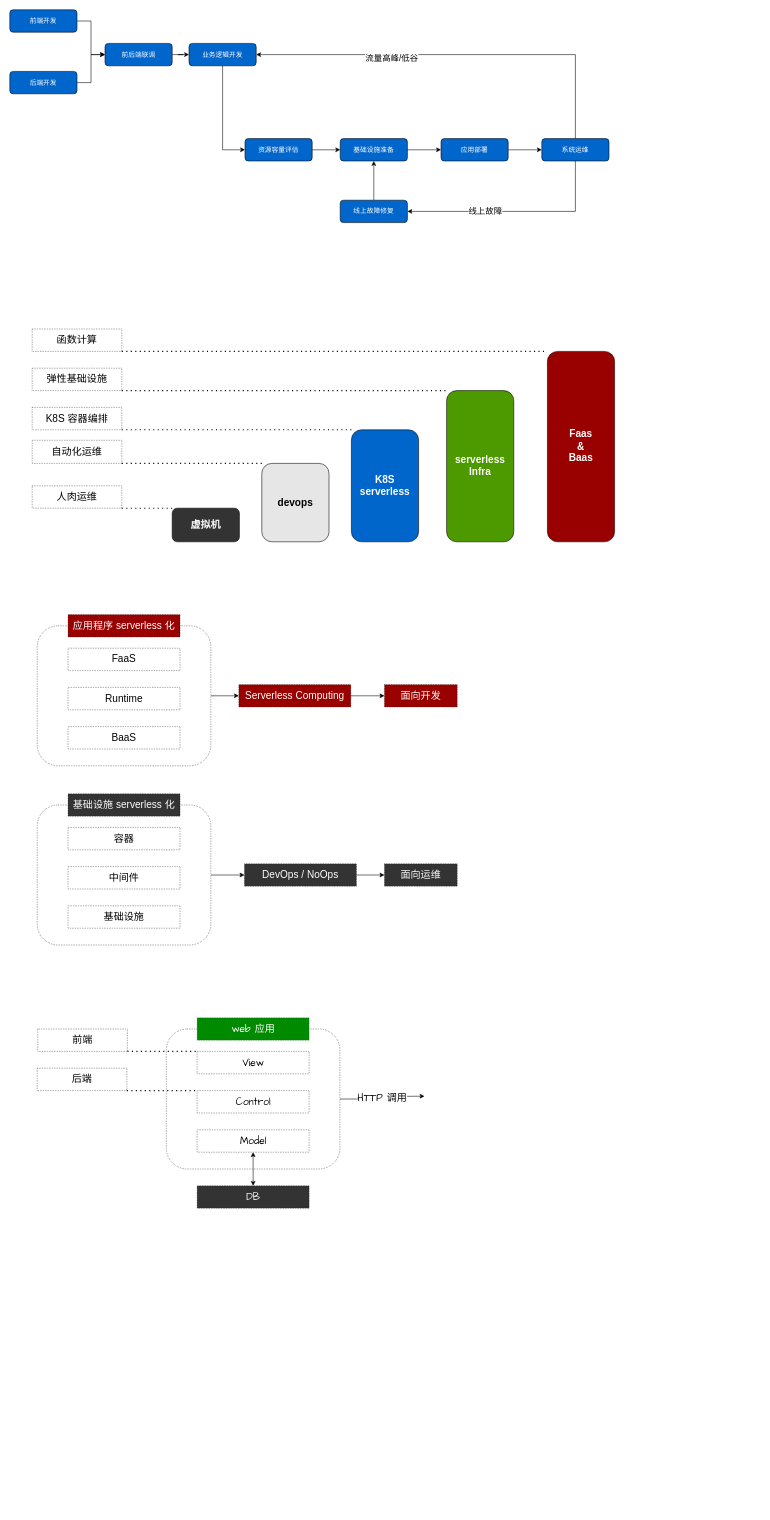
ming3000/draw_io keeps this draw.io diagram as faas.drawio. Above is the earlier version. Source tidied: cells renumbered, new cells numbered last; positions are measured from the earlier drawing's top-left corner, leaving out a move shared by most shapes. Both pictures are drawn from the tidied source at 56%, with x=0, y=0 at pixel (10, 10).
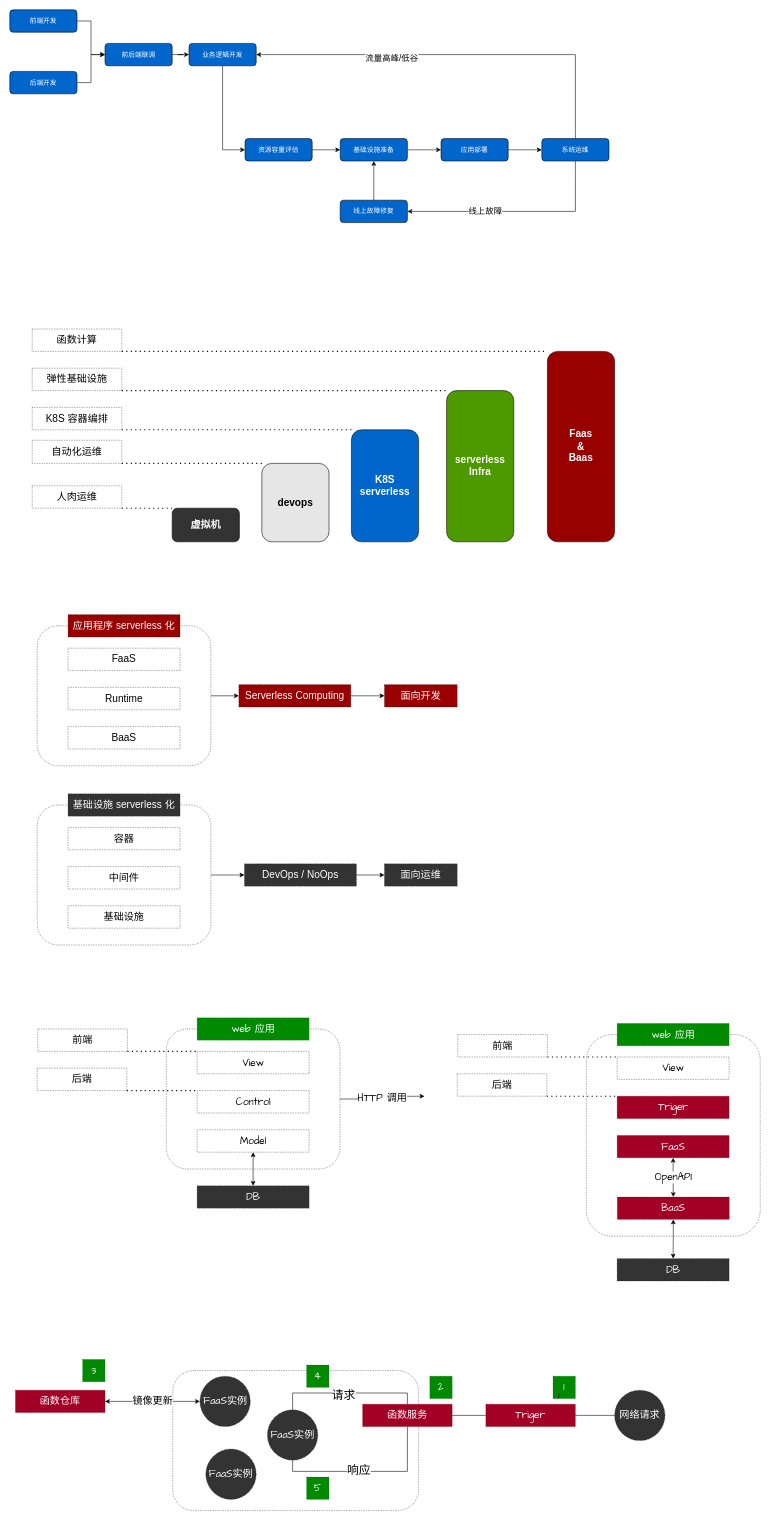
After the change.

The edit, as a diff of the source:
```diff
@@
+    <mxCell id="68" style="rounded=1;whiteSpace=wrap;html=1;dashed=1;dashPattern=1 2;fontSize=18;fontColor=#000000;fillColor=#FFFFFF;fontFamily=Comic Sans MS;" parent="1" vertex="1">
+      <mxGeometry x="1029.5" y="1830" width="310.5" height="360" as="geometry" />
+    </mxCell>
+    <mxCell id="69" value="View" style="rounded=0;whiteSpace=wrap;html=1;dashed=1;dashPattern=1 2;fontSize=18;fontColor=#000000;fillColor=#FFFFFF;fontFamily=Comic Sans MS;" parent="1" vertex="1">
+      <mxGeometry x="1084.5" y="1870" width="200" height="40" as="geometry" />
+    </mxCell>
+    <mxCell id="70" value="Triger" style="rounded=0;whiteSpace=wrap;html=1;dashed=1;dashPattern=1 2;fontSize=18;fontColor=#ffffff;fillColor=#a20025;fontFamily=Comic Sans MS;strokeColor=#6F0000;" parent="1" vertex="1">
+      <mxGeometry x="1084.5" y="1940" width="200" height="40" as="geometry" />
+    </mxCell>
+    <mxCell id="71" style="edgeStyle=orthogonalEdgeStyle;rounded=0;jettySize=auto;html=1;fontSize=18;fontColor=#FFFFFF;startArrow=classic;startFill=1;fontFamily=Comic Sans MS;exitX=0.5;exitY=1;exitDx=0;exitDy=0;" parent="1" edge="1" source="81" target="73">
+      <mxGeometry relative="1" as="geometry" />
+    </mxCell>
+    <mxCell id="72" value="web 应用" style="rounded=0;whiteSpace=wrap;html=1;dashed=1;dashPattern=1 2;fontSize=18;fontColor=#ffffff;fillColor=#008a00;strokeColor=#005700;fontFamily=Comic Sans MS;" parent="1" vertex="1">
+      <mxGeometry x="1084.5" y="1810" width="200" height="40" as="geometry" />
+    </mxCell>
+    <mxCell id="73" value="DB" style="rounded=0;whiteSpace=wrap;html=1;dashed=1;dashPattern=1 2;fontSize=18;fontColor=#FFFFFF;fillColor=#333333;fontFamily=Comic Sans MS;" parent="1" vertex="1">
+      <mxGeometry x="1084.5" y="2230" width="200" height="40" as="geometry" />
+    </mxCell>
+    <mxCell id="74" value="前端" style="rounded=0;whiteSpace=wrap;html=1;fontSize=18;fontColor=#000000;fillColor=#FFFFFF;dashed=1;dashPattern=1 2;fontFamily=Comic Sans MS;" parent="1" vertex="1">
+      <mxGeometry x="800" y="1830" width="160" height="40" as="geometry" />
+    </mxCell>
+    <mxCell id="75" style="endArrow=none;dashed=1;html=1;dashPattern=1 3;strokeWidth=2;rounded=0;fontSize=18;fontColor=#000000;exitX=1;exitY=1;exitDx=0;exitDy=0;entryX=0;entryY=0;entryDx=0;entryDy=0;" parent="1" edge="1" source="74">
+      <mxGeometry relative="1" as="geometry">
+        <mxPoint x="1084.5" y="1870" as="targetPoint" />
+      </mxGeometry>
+    </mxCell>
+    <mxCell id="76" value="后端" style="rounded=0;whiteSpace=wrap;html=1;fontSize=18;fontColor=#000000;fillColor=#FFFFFF;dashed=1;dashPattern=1 2;fontFamily=Comic Sans MS;" parent="1" vertex="1">
+      <mxGeometry x="799" y="1900" width="160" height="40" as="geometry" />
+    </mxCell>
+    <mxCell id="77" style="endArrow=none;dashed=1;html=1;dashPattern=1 3;strokeWidth=2;rounded=0;fontSize=18;fontColor=#000000;exitX=1;exitY=1;exitDx=0;exitDy=0;entryX=0;entryY=0;entryDx=0;entryDy=0;" parent="1" edge="1" source="76">
+      <mxGeometry relative="1" as="geometry">
+        <mxPoint x="1084.5" y="1940" as="targetPoint" />
+      </mxGeometry>
+    </mxCell>
+    <mxCell id="78" style="edgeStyle=orthogonalEdgeStyle;rounded=0;jettySize=auto;html=1;fontFamily=Comic Sans MS;fontSize=18;fontColor=#000000;startArrow=classic;startFill=1;" parent="1" edge="1" source="80" target="81">
+      <mxGeometry relative="1" as="geometry" />
+    </mxCell>
+    <mxCell id="79" value="OpenAPI" style="edgeLabel;html=1;align=center;verticalAlign=middle;fontSize=18;fontFamily=Comic Sans MS;fontColor=#000000;" parent="78" vertex="1">
+      <mxGeometry x="-0.07" relative="1" as="geometry">
+        <mxPoint y="1" as="offset" />
+      </mxGeometry>
+    </mxCell>
+    <mxCell id="80" value="FaaS" style="rounded=0;whiteSpace=wrap;html=1;dashed=1;dashPattern=1 2;fontSize=18;fontColor=#ffffff;fillColor=#a20025;fontFamily=Comic Sans MS;strokeColor=#6F0000;" parent="1" vertex="1">
+      <mxGeometry x="1084.5" y="2010" width="200" height="40" as="geometry" />
+    </mxCell>
+    <mxCell id="81" value="BaaS" style="rounded=0;whiteSpace=wrap;html=1;dashed=1;dashPattern=1 2;fontSize=18;fontColor=#ffffff;fillColor=#a20025;fontFamily=Comic Sans MS;strokeColor=#6F0000;" parent="1" vertex="1">
+      <mxGeometry x="1084.8" y="2120" width="200" height="40" as="geometry" />
+    </mxCell>
+    <mxCell id="82" style="rounded=1;whiteSpace=wrap;html=1;dashed=1;dashPattern=1 2;fontSize=18;fontColor=#000000;fillColor=#FFFFFF;fontFamily=Comic Sans MS;" parent="1" vertex="1">
+      <mxGeometry x="291" y="2430" width="439" height="250" as="geometry" />
+    </mxCell>
+    <mxCell id="83" value="镜像更新" style="edgeStyle=orthogonalEdgeStyle;rounded=0;jettySize=auto;html=1;fontFamily=Comic Sans MS;fontSize=18;fontColor=#000000;startArrow=classic;startFill=1;exitX=1;exitY=0.5;exitDx=0;exitDy=0;" parent="1" edge="1" source="84" target="88">
+      <mxGeometry relative="1" as="geometry" />
+    </mxCell>
+    <mxCell id="84" value="函数仓库" style="rounded=0;whiteSpace=wrap;html=1;dashed=1;dashPattern=1 2;fontSize=18;fontColor=#ffffff;fillColor=#a20025;fontFamily=Comic Sans MS;strokeColor=#6F0000;" parent="1" vertex="1">
+      <mxGeometry x="10" y="2465" width="160" height="40" as="geometry" />
+    </mxCell>
+    <mxCell id="85" style="edgeStyle=orthogonalEdgeStyle;rounded=0;jettySize=auto;html=1;exitX=0.5;exitY=1;exitDx=0;exitDy=0;entryX=0.5;entryY=1;entryDx=0;entryDy=0;fontFamily=Comic Sans MS;fontSize=21;fontColor=#000000;startArrow=none;startFill=0;endArrow=none;endFill=0;" parent="1" edge="1" source="87" target="92">
+      <mxGeometry relative="1" as="geometry" />
+    </mxCell>
+    <mxCell id="86" value="响应" style="edgeLabel;html=1;align=center;verticalAlign=middle;fontSize=21;fontFamily=Comic Sans MS;fontColor=#000000;" parent="85" vertex="1">
+      <mxGeometry x="-0.11" y="3" relative="1" as="geometry">
+        <mxPoint x="1" as="offset" />
+      </mxGeometry>
+    </mxCell>
+    <mxCell id="87" value="FaaS实例" style="ellipse;whiteSpace=wrap;html=1;dashed=1;dashPattern=1 2;fontFamily=Comic Sans MS;fontSize=18;fontColor=#FFFFFF;fillColor=#333333;" parent="1" vertex="1">
+      <mxGeometry x="460" y="2500" width="90" height="90" as="geometry" />
+    </mxCell>
+    <mxCell id="88" value="FaaS实例" style="ellipse;whiteSpace=wrap;html=1;dashed=1;dashPattern=1 2;fontFamily=Comic Sans MS;fontSize=18;fontColor=#FFFFFF;fillColor=#333333;" parent="1" vertex="1">
+      <mxGeometry x="339.5" y="2440" width="90" height="90" as="geometry" />
+    </mxCell>
+    <mxCell id="89" value="FaaS实例" style="ellipse;whiteSpace=wrap;html=1;dashed=1;dashPattern=1 2;fontFamily=Comic Sans MS;fontSize=18;fontColor=#FFFFFF;fillColor=#333333;" parent="1" vertex="1">
+      <mxGeometry x="350" y="2570" width="90" height="90" as="geometry" />
+    </mxCell>
+    <mxCell id="90" style="edgeStyle=orthogonalEdgeStyle;rounded=0;jettySize=auto;html=1;exitX=0.5;exitY=0;exitDx=0;exitDy=0;entryX=0.5;entryY=0;entryDx=0;entryDy=0;fontFamily=Comic Sans MS;fontSize=18;fontColor=#000000;startArrow=none;startFill=0;endArrow=none;endFill=0;" parent="1" edge="1" source="92" target="87">
+      <mxGeometry relative="1" as="geometry" />
+    </mxCell>
+    <mxCell id="91" value="请求" style="edgeLabel;html=1;align=center;verticalAlign=middle;fontSize=21;fontFamily=Comic Sans MS;fontColor=#000000;" parent="90" vertex="1">
+      <mxGeometry x="0.06" y="4" relative="1" as="geometry" />
+    </mxCell>
+    <mxCell id="92" value="函数服务" style="rounded=0;whiteSpace=wrap;html=1;dashed=1;dashPattern=1 2;fontSize=18;fontColor=#ffffff;fillColor=#a20025;fontFamily=Comic Sans MS;strokeColor=#6F0000;" parent="1" vertex="1">
+      <mxGeometry x="630" y="2490" width="160" height="40" as="geometry" />
+    </mxCell>
+    <mxCell id="93" style="edgeStyle=orthogonalEdgeStyle;rounded=0;jettySize=auto;html=1;exitX=0;exitY=0.5;exitDx=0;exitDy=0;entryX=1;entryY=0.5;entryDx=0;entryDy=0;fontFamily=Comic Sans MS;fontSize=21;fontColor=#000000;startArrow=none;startFill=0;endArrow=none;endFill=0;" parent="1" edge="1" source="94" target="92">
+      <mxGeometry relative="1" as="geometry" />
+    </mxCell>
+    <mxCell id="94" value="Triger" style="rounded=0;whiteSpace=wrap;html=1;dashed=1;dashPattern=1 2;fontSize=18;fontColor=#ffffff;fillColor=#a20025;fontFamily=Comic Sans MS;strokeColor=#6F0000;" parent="1" vertex="1">
+      <mxGeometry x="850" y="2490" width="160" height="40" as="geometry" />
+    </mxCell>
+    <mxCell id="95" style="edgeStyle=orthogonalEdgeStyle;rounded=0;jettySize=auto;html=1;exitX=0;exitY=0.5;exitDx=0;exitDy=0;entryX=1;entryY=0.5;entryDx=0;entryDy=0;fontFamily=Comic Sans MS;fontSize=21;fontColor=#000000;startArrow=none;startFill=0;endArrow=none;endFill=0;" parent="1" edge="1" source="96" target="94">
+      <mxGeometry relative="1" as="geometry" />
+    </mxCell>
+    <mxCell id="96" value="网络请求" style="ellipse;whiteSpace=wrap;html=1;dashed=1;dashPattern=1 2;fontFamily=Comic Sans MS;fontSize=18;fontColor=#FFFFFF;fillColor=#333333;" parent="1" vertex="1">
+      <mxGeometry x="1080" y="2465" width="90" height="90" as="geometry" />
+    </mxCell>
+    <mxCell id="97" value="1" style="rounded=0;whiteSpace=wrap;html=1;dashed=1;dashPattern=1 2;fontSize=18;fontColor=#ffffff;fillColor=#008a00;strokeColor=#005700;fontFamily=Comic Sans MS;" parent="1" vertex="1">
+      <mxGeometry x="970" y="2440" width="40" height="40" as="geometry" />
+    </mxCell>
+    <mxCell id="98" style="edgeStyle=orthogonalEdgeStyle;rounded=0;orthogonalLoop=1;jettySize=auto;html=1;exitX=0.25;exitY=1;exitDx=0;exitDy=0;entryX=0.258;entryY=0.75;entryDx=0;entryDy=0;entryPerimeter=0;fontFamily=Comic Sans MS;fontSize=21;fontColor=#000000;startArrow=none;startFill=0;endArrow=none;endFill=0;" parent="1" edge="1" source="97" target="97">
+      <mxGeometry relative="1" as="geometry" />
+    </mxCell>
+    <mxCell id="99" value="4" style="rounded=0;whiteSpace=wrap;html=1;dashed=1;dashPattern=1 2;fontSize=18;fontColor=#ffffff;fillColor=#008a00;strokeColor=#005700;fontFamily=Comic Sans MS;" parent="1" vertex="1">
+      <mxGeometry x="530" y="2420" width="40" height="40" as="geometry" />
+    </mxCell>
+    <mxCell id="100" value="5" style="rounded=0;whiteSpace=wrap;html=1;dashed=1;dashPattern=1 2;fontSize=18;fontColor=#ffffff;fillColor=#008a00;strokeColor=#005700;fontFamily=Comic Sans MS;" parent="1" vertex="1">
+      <mxGeometry x="530" y="2620" width="40" height="40" as="geometry" />
+    </mxCell>
+    <mxCell id="101" value="3" style="rounded=0;whiteSpace=wrap;html=1;dashed=1;dashPattern=1 2;fontSize=18;fontColor=#ffffff;fillColor=#008a00;strokeColor=#005700;fontFamily=Comic Sans MS;" parent="1" vertex="1">
+      <mxGeometry x="130" y="2410" width="40" height="40" as="geometry" />
+    </mxCell>
+    <mxCell id="102" value="2" style="rounded=0;whiteSpace=wrap;html=1;dashed=1;dashPattern=1 2;fontSize=18;fontColor=#ffffff;fillColor=#008a00;strokeColor=#005700;fontFamily=Comic Sans MS;" parent="1" vertex="1">
+      <mxGeometry x="750" y="2440" width="40" height="40" as="geometry" />
+    </mxCell>
```
